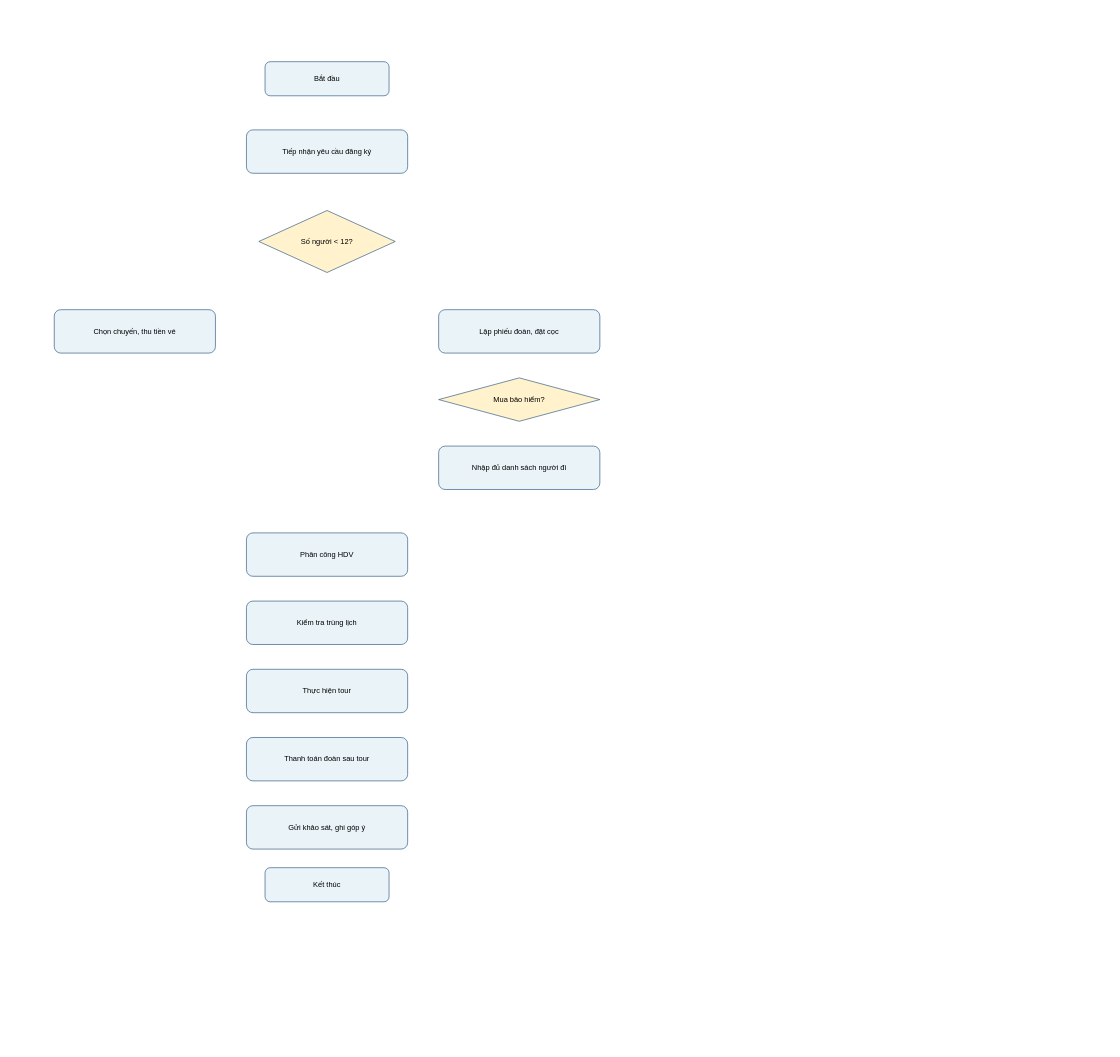
1250080044-PhamMinhGiang-12DHCNPM1/OOP-Lab keeps this draw.io diagram as page "U4 - Activity" (4 of 7) of LAB_AT_OOSD/LAB05/thietke/PhamMinhGiang-12DHCNPM1-ThietKe_Lab05.drawio. Above is the earlier version. Source tidied: cells renumbered, new cells numbered last; positions are measured from the earlier drawing's top-left corner, leaving out a move shared by most shapes. Both pictures are drawn from the tidied source at 62%, with x=0, y=0 at pixel (54, 61).
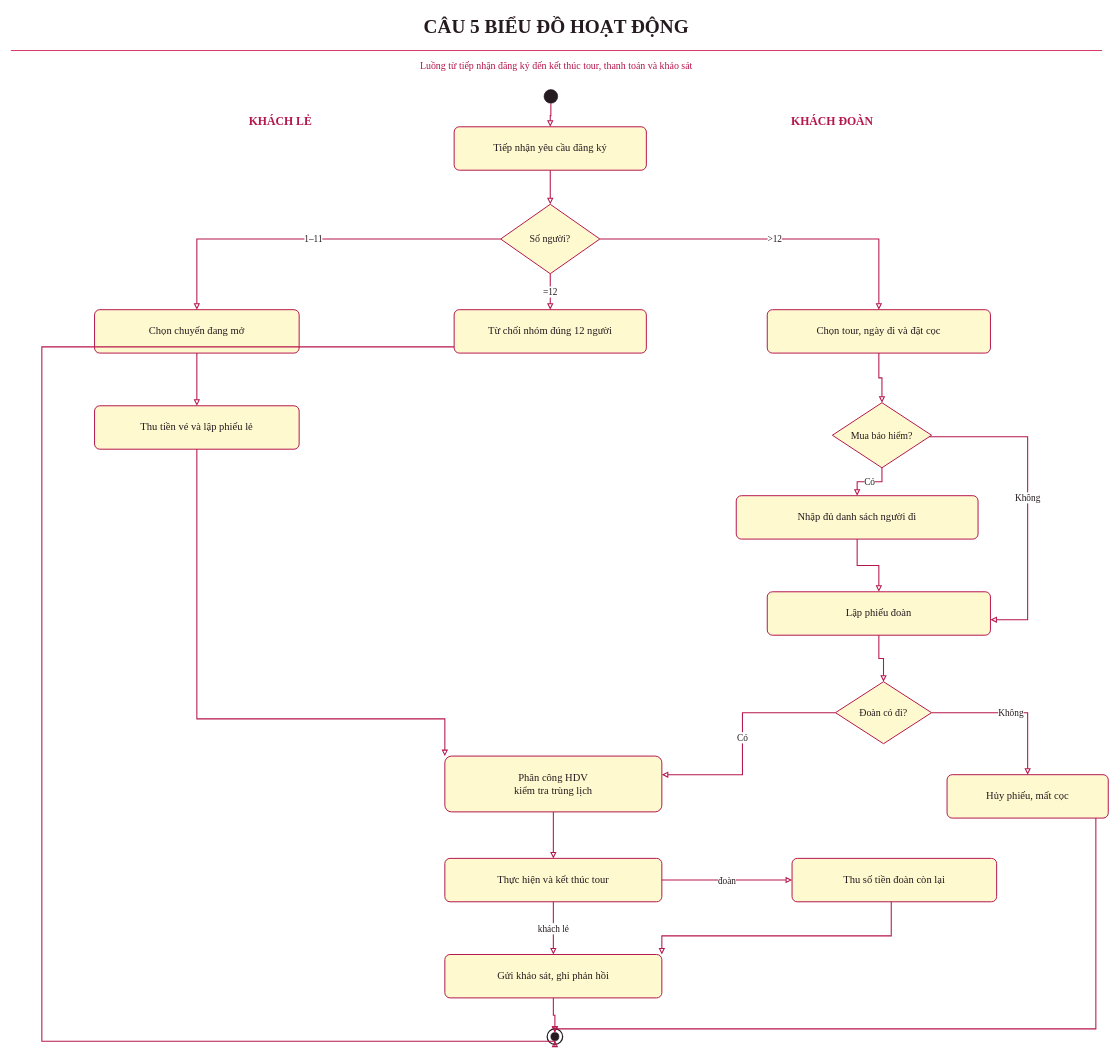
Above is the later version.

What changed in the source:
```diff
@@
-    <mxCell id="2" value="Bắt đầu" style="rounded=1;whiteSpace=wrap;html=1;fillColor=#EAF3F8;strokeColor=#1F4E78;" parent="1" vertex="1">
-      <mxGeometry x="340" width="200" height="55" as="geometry" />
-    </mxCell>
+    <mxCell id="15" value="CÂU 5  BIỂU ĐỒ HOẠT ĐỘNG" style="text;html=1;whiteSpace=wrap;strokeColor=none;fillColor=none;fontFamily=Times New Roman;fontSize=31;fontColor=#251A1F;fontStyle=1;align=center;verticalAlign=middle;" parent="1" vertex="1">
+      <mxGeometry x="-70" y="-82" width="1760" height="49" as="geometry" />
+    </mxCell>
+    <mxCell id="16" style="edgeStyle=none;html=1;strokeColor=#D73568;strokeWidth=1.6;endArrow=none;endFill=1;fontFamily=Times New Roman;fontSize=15;fontColor=#251A1F;labelBackgroundColor=#FFFFFF;" parent="1" edge="1">
+      <mxGeometry relative="1" as="geometry">
+        <mxPoint x="-70" y="-18" as="sourcePoint" />
+        <mxPoint x="1690" y="-18" as="targetPoint" />
+      </mxGeometry>
+    </mxCell>
+    <mxCell id="17" value="Luồng từ tiếp nhận đăng ký đến kết thúc tour, thanh toán và khảo sát" style="text;html=1;whiteSpace=wrap;strokeColor=none;fillColor=none;fontFamily=Times New Roman;fontSize=16;fontColor=#B5164D;fontStyle=0;align=center;verticalAlign=middle;" parent="1" vertex="1">
+      <mxGeometry x="-70" y="-12" width="1760" height="35" as="geometry" />
+    </mxCell>
+    <mxCell id="18" value="KHÁCH LẺ" style="text;html=1;whiteSpace=wrap;strokeColor=none;fillColor=none;fontFamily=Times New Roman;fontSize=19;fontColor=#B5164D;fontStyle=1;align=center;verticalAlign=middle;" parent="1" vertex="1">
+      <mxGeometry x="85" y="80" width="560" height="34" as="geometry" />
+    </mxCell>
+    <mxCell id="19" value="KHÁCH ĐOÀN" style="text;html=1;whiteSpace=wrap;strokeColor=none;fillColor=none;fontFamily=Times New Roman;fontSize=19;fontColor=#B5164D;fontStyle=1;align=center;verticalAlign=middle;" parent="1" vertex="1">
+      <mxGeometry x="975" y="80" width="560" height="34" as="geometry" />
+    </mxCell>
+    <mxCell id="20" style="ellipse;fillColor=#251A1F;strokeColor=#251A1F;" parent="1" vertex="1">
+      <mxGeometry x="790" y="45" width="22" height="22" as="geometry" />
+    </mxCell>
-    <mxCell id="3" value="Tiếp nhận yêu cầu đăng ký" style="rounded=1;whiteSpace=wrap;html=1;fillColor=#EAF3F8;strokeColor=#1F4E78;" parent="1" vertex="1">
-      <mxGeometry x="310" y="110" width="260" height="70" as="geometry" />
+    <mxCell id="3" value="Tiếp nhận yêu cầu đăng ký" style="rounded=1;arcSize=12;whiteSpace=wrap;html=1;fillColor=#FFF9CF;strokeColor=#B5164D;strokeWidth=1.6;fontFamily=Times New Roman;fontSize=17;fontColor=#251A1F;fontStyle=0;align=center;verticalAlign=middle;spacing=10;" parent="1" vertex="1">
+      <mxGeometry x="645" y="105" width="310" height="70" as="geometry" />
     </mxCell>
-    <mxCell id="4" value="Số người &lt; 12?" style="rhombus;whiteSpace=wrap;html=1;fillColor=#FFF2CC;strokeColor=#1F4E78;" parent="1" vertex="1">
-      <mxGeometry x="330" y="240" width="220" height="100" as="geometry" />
-    </mxCell>
-    <mxCell id="5" value="Chọn chuyến, thu tiền vé" style="rounded=1;whiteSpace=wrap;html=1;fillColor=#EAF3F8;strokeColor=#1F4E78;" parent="1" vertex="1">
-      <mxGeometry y="400" width="260" height="70" as="geometry" />
-    </mxCell>
-    <mxCell id="6" value="Lập phiếu đoàn, đặt cọc" style="rounded=1;whiteSpace=wrap;html=1;fillColor=#EAF3F8;strokeColor=#1F4E78;" parent="1" vertex="1">
-      <mxGeometry x="620" y="400" width="260" height="70" as="geometry" />
-    </mxCell>
+    <mxCell id="21" value="Số người?" style="rhombus;whiteSpace=wrap;html=1;fillColor=#FFF9CF;strokeColor=#B5164D;strokeWidth=1.6;fontFamily=Times New Roman;fontSize=16;fontColor=#251A1F;align=center;verticalAlign=middle;spacing=8;" parent="1" vertex="1">
+      <mxGeometry x="720" y="230" width="160" height="112" as="geometry" />
+    </mxCell>
+    <mxCell id="22" value="Từ chối nhóm đúng 12 người" style="rounded=1;arcSize=12;whiteSpace=wrap;html=1;fillColor=#FFF9CF;strokeColor=#B5164D;strokeWidth=1.6;fontFamily=Times New Roman;fontSize=17;fontColor=#251A1F;fontStyle=0;align=center;verticalAlign=middle;spacing=10;" parent="1" vertex="1">
+      <mxGeometry x="645" y="400" width="310" height="70" as="geometry" />
+    </mxCell>
+    <mxCell id="23" value="Chọn chuyến đang mở" style="rounded=1;arcSize=12;whiteSpace=wrap;html=1;fillColor=#FFF9CF;strokeColor=#B5164D;strokeWidth=1.6;fontFamily=Times New Roman;fontSize=17;fontColor=#251A1F;fontStyle=0;align=center;verticalAlign=middle;spacing=10;" parent="1" vertex="1">
+      <mxGeometry x="65" y="400" width="330" height="70" as="geometry" />
+    </mxCell>
+    <mxCell id="24" value="Thu tiền vé và lập phiếu lẻ" style="rounded=1;arcSize=12;whiteSpace=wrap;html=1;fillColor=#FFF9CF;strokeColor=#B5164D;strokeWidth=1.6;fontFamily=Times New Roman;fontSize=17;fontColor=#251A1F;fontStyle=0;align=center;verticalAlign=middle;spacing=10;" parent="1" vertex="1">
+      <mxGeometry x="65" y="555" width="330" height="70" as="geometry" />
+    </mxCell>
+    <mxCell id="25" value="Chọn tour, ngày đi và đặt cọc" style="rounded=1;arcSize=12;whiteSpace=wrap;html=1;fillColor=#FFF9CF;strokeColor=#B5164D;strokeWidth=1.6;fontFamily=Times New Roman;fontSize=17;fontColor=#251A1F;fontStyle=0;align=center;verticalAlign=middle;spacing=10;" parent="1" vertex="1">
+      <mxGeometry x="1150" y="400" width="360" height="70" as="geometry" />
+    </mxCell>
-    <mxCell id="7" value="Mua bảo hiểm?" style="rhombus;whiteSpace=wrap;html=1;fillColor=#FFF2CC;strokeColor=#1F4E78;" parent="1" vertex="1">
-      <mxGeometry x="620" y="510" width="260" height="70" as="geometry" />
+    <mxCell id="7" value="Mua bảo hiểm?" style="rhombus;whiteSpace=wrap;html=1;fillColor=#FFF9CF;strokeColor=#B5164D;strokeWidth=1.6;fontFamily=Times New Roman;fontSize=16;fontColor=#251A1F;align=center;verticalAlign=middle;spacing=8;" parent="1" vertex="1">
+      <mxGeometry x="1255" y="550" width="160" height="105" as="geometry" />
     </mxCell>
-    <mxCell id="8" value="Nhập đủ danh sách người đi" style="rounded=1;whiteSpace=wrap;html=1;fillColor=#EAF3F8;strokeColor=#1F4E78;" parent="1" vertex="1">
-      <mxGeometry x="620" y="620" width="260" height="70" as="geometry" />
+    <mxCell id="8" value="Nhập đủ danh sách người đi" style="rounded=1;arcSize=12;whiteSpace=wrap;html=1;fillColor=#FFF9CF;strokeColor=#B5164D;strokeWidth=1.6;fontFamily=Times New Roman;fontSize=17;fontColor=#251A1F;fontStyle=0;align=center;verticalAlign=middle;spacing=10;" parent="1" vertex="1">
+      <mxGeometry x="1100" y="700" width="390" height="70" as="geometry" />
     </mxCell>
-    <mxCell id="9" value="Phân công HDV" style="rounded=1;whiteSpace=wrap;html=1;fillColor=#EAF3F8;strokeColor=#1F4E78;" parent="1" vertex="1">
-      <mxGeometry x="310" y="760" width="260" height="70" as="geometry" />
-    </mxCell>
-    <mxCell id="10" value="Kiểm tra trùng lịch" style="rounded=1;whiteSpace=wrap;html=1;fillColor=#EAF3F8;strokeColor=#1F4E78;" parent="1" vertex="1">
-      <mxGeometry x="310" y="870" width="260" height="70" as="geometry" />
-    </mxCell>
-    <mxCell id="11" value="Thực hiện tour" style="rounded=1;whiteSpace=wrap;html=1;fillColor=#EAF3F8;strokeColor=#1F4E78;" parent="1" vertex="1">
-      <mxGeometry x="310" y="980" width="260" height="70" as="geometry" />
-    </mxCell>
-    <mxCell id="12" value="Thanh toán đoàn sau tour" style="rounded=1;whiteSpace=wrap;html=1;fillColor=#EAF3F8;strokeColor=#1F4E78;" parent="1" vertex="1">
-      <mxGeometry x="310" y="1090" width="260" height="70" as="geometry" />
-    </mxCell>
-    <mxCell id="13" value="Gửi khảo sát, ghi góp ý" style="rounded=1;whiteSpace=wrap;html=1;fillColor=#EAF3F8;strokeColor=#1F4E78;" parent="1" vertex="1">
-      <mxGeometry x="310" y="1200" width="260" height="70" as="geometry" />
-    </mxCell>
-    <mxCell id="14" value="Kết thúc" style="rounded=1;whiteSpace=wrap;html=1;fillColor=#EAF3F8;strokeColor=#1F4E78;" parent="1" vertex="1">
-      <mxGeometry x="340" y="1300" width="200" height="55" as="geometry" />
-    </mxCell>
+    <mxCell id="26" value="Lập phiếu đoàn" style="rounded=1;arcSize=12;whiteSpace=wrap;html=1;fillColor=#FFF9CF;strokeColor=#B5164D;strokeWidth=1.6;fontFamily=Times New Roman;fontSize=17;fontColor=#251A1F;fontStyle=0;align=center;verticalAlign=middle;spacing=10;" parent="1" vertex="1">
+      <mxGeometry x="1150" y="855" width="360" height="70" as="geometry" />
+    </mxCell>
+    <mxCell id="27" value="Đoàn có đi?" style="rhombus;whiteSpace=wrap;html=1;fillColor=#FFF9CF;strokeColor=#B5164D;strokeWidth=1.6;fontFamily=Times New Roman;fontSize=16;fontColor=#251A1F;align=center;verticalAlign=middle;spacing=8;" parent="1" vertex="1">
+      <mxGeometry x="1260" y="1000" width="155" height="100" as="geometry" />
+    </mxCell>
+    <mxCell id="28" value="Hủy phiếu, mất cọc" style="rounded=1;arcSize=12;whiteSpace=wrap;html=1;fillColor=#FFF9CF;strokeColor=#B5164D;strokeWidth=1.6;fontFamily=Times New Roman;fontSize=17;fontColor=#251A1F;fontStyle=0;align=center;verticalAlign=middle;spacing=10;" parent="1" vertex="1">
+      <mxGeometry x="1440" y="1150" width="260" height="70" as="geometry" />
+    </mxCell>
+    <mxCell id="29" value="Phân công HDV&lt;br&gt;kiểm tra trùng lịch" style="rounded=1;arcSize=12;whiteSpace=wrap;html=1;fillColor=#FFF9CF;strokeColor=#B5164D;strokeWidth=1.6;fontFamily=Times New Roman;fontSize=17;fontColor=#251A1F;fontStyle=0;align=center;verticalAlign=middle;spacing=10;" parent="1" vertex="1">
+      <mxGeometry x="630" y="1120" width="350" height="90" as="geometry" />
+    </mxCell>
+    <mxCell id="30" value="Thực hiện và kết thúc tour" style="rounded=1;arcSize=12;whiteSpace=wrap;html=1;fillColor=#FFF9CF;strokeColor=#B5164D;strokeWidth=1.6;fontFamily=Times New Roman;fontSize=17;fontColor=#251A1F;fontStyle=0;align=center;verticalAlign=middle;spacing=10;" parent="1" vertex="1">
+      <mxGeometry x="630" y="1285" width="350" height="70" as="geometry" />
+    </mxCell>
+    <mxCell id="31" value="Thu số tiền đoàn còn lại" style="rounded=1;arcSize=12;whiteSpace=wrap;html=1;fillColor=#FFF9CF;strokeColor=#B5164D;strokeWidth=1.6;fontFamily=Times New Roman;fontSize=17;fontColor=#251A1F;fontStyle=0;align=center;verticalAlign=middle;spacing=10;" parent="1" vertex="1">
+      <mxGeometry x="1190" y="1285" width="330" height="70" as="geometry" />
+    </mxCell>
+    <mxCell id="32" value="Gửi khảo sát, ghi phản hồi" style="rounded=1;arcSize=12;whiteSpace=wrap;html=1;fillColor=#FFF9CF;strokeColor=#B5164D;strokeWidth=1.6;fontFamily=Times New Roman;fontSize=17;fontColor=#251A1F;fontStyle=0;align=center;verticalAlign=middle;spacing=10;" parent="1" vertex="1">
+      <mxGeometry x="630" y="1440" width="350" height="70" as="geometry" />
+    </mxCell>
+    <mxCell id="33" style="ellipse;fillColor=#FFFFFF;strokeColor=#251A1F;strokeWidth=2;" parent="1" vertex="1">
+      <mxGeometry x="795" y="1560" width="25" height="25" as="geometry" />
+    </mxCell>
+    <mxCell id="34" style="ellipse;fillColor=#251A1F;strokeColor=#251A1F;" parent="1" vertex="1">
+      <mxGeometry x="801" y="1566" width="13" height="13" as="geometry" />
+    </mxCell>
+    <mxCell id="35" style="edgeStyle=orthogonalEdgeStyle;rounded=0;jettySize=auto;html=1;strokeColor=#B5164D;strokeWidth=1.7;endArrow=block;endFill=0;fontFamily=Times New Roman;fontSize=15;fontColor=#251A1F;labelBackgroundColor=#FFFFFF;" parent="1" edge="1" source="20" target="3">
+      <mxGeometry relative="1" as="geometry" />
+    </mxCell>
+    <mxCell id="36" style="edgeStyle=orthogonalEdgeStyle;rounded=0;jettySize=auto;html=1;strokeColor=#B5164D;strokeWidth=1.7;endArrow=block;endFill=0;fontFamily=Times New Roman;fontSize=15;fontColor=#251A1F;labelBackgroundColor=#FFFFFF;" parent="1" edge="1" source="3" target="21">
+      <mxGeometry relative="1" as="geometry" />
+    </mxCell>
+    <mxCell id="37" value="1–11" style="edgeStyle=orthogonalEdgeStyle;rounded=0;jettySize=auto;html=1;strokeColor=#B5164D;strokeWidth=1.7;endArrow=block;endFill=0;fontFamily=Times New Roman;fontSize=15;fontColor=#251A1F;labelBackgroundColor=#FFFFFF;" parent="1" edge="1" source="21" target="23">
+      <mxGeometry relative="1" as="geometry" />
+    </mxCell>
+    <mxCell id="38" value="&gt;12" style="edgeStyle=orthogonalEdgeStyle;rounded=0;jettySize=auto;html=1;strokeColor=#B5164D;strokeWidth=1.7;endArrow=block;endFill=0;fontFamily=Times New Roman;fontSize=15;fontColor=#251A1F;labelBackgroundColor=#FFFFFF;" parent="1" edge="1" source="21" target="25">
+      <mxGeometry relative="1" as="geometry" />
+    </mxCell>
+    <mxCell id="39" value="=12" style="edgeStyle=orthogonalEdgeStyle;rounded=0;jettySize=auto;html=1;strokeColor=#B5164D;strokeWidth=1.7;endArrow=block;endFill=0;fontFamily=Times New Roman;fontSize=15;fontColor=#251A1F;labelBackgroundColor=#FFFFFF;" parent="1" edge="1" source="21" target="22">
+      <mxGeometry relative="1" as="geometry" />
+    </mxCell>
+    <mxCell id="40" style="edgeStyle=orthogonalEdgeStyle;rounded=0;jettySize=auto;html=1;strokeColor=#B5164D;strokeWidth=1.7;endArrow=block;endFill=0;fontFamily=Times New Roman;fontSize=15;fontColor=#251A1F;labelBackgroundColor=#FFFFFF;" parent="1" edge="1" source="23" target="24">
+      <mxGeometry relative="1" as="geometry" />
+    </mxCell>
+    <mxCell id="41" style="edgeStyle=orthogonalEdgeStyle;rounded=0;jettySize=auto;html=1;strokeColor=#B5164D;strokeWidth=1.7;endArrow=block;endFill=0;fontFamily=Times New Roman;fontSize=15;fontColor=#251A1F;labelBackgroundColor=#FFFFFF;" parent="1" edge="1" source="24" target="29">
+      <mxGeometry relative="1" as="geometry">
+        <Array as="points">
+          <mxPoint x="230" y="1060" />
+          <mxPoint x="630" y="1060" />
+        </Array>
+      </mxGeometry>
+    </mxCell>
+    <mxCell id="42" style="edgeStyle=orthogonalEdgeStyle;rounded=0;jettySize=auto;html=1;strokeColor=#B5164D;strokeWidth=1.7;endArrow=block;endFill=0;fontFamily=Times New Roman;fontSize=15;fontColor=#251A1F;labelBackgroundColor=#FFFFFF;" parent="1" edge="1" source="25" target="7">
+      <mxGeometry relative="1" as="geometry" />
+    </mxCell>
+    <mxCell id="43" value="Có" style="edgeStyle=orthogonalEdgeStyle;rounded=0;jettySize=auto;html=1;strokeColor=#B5164D;strokeWidth=1.7;endArrow=block;endFill=0;fontFamily=Times New Roman;fontSize=15;fontColor=#251A1F;labelBackgroundColor=#FFFFFF;" parent="1" edge="1" source="7" target="8">
+      <mxGeometry relative="1" as="geometry" />
+    </mxCell>
+    <mxCell id="44" value="Không" style="edgeStyle=orthogonalEdgeStyle;rounded=0;jettySize=auto;html=1;strokeColor=#B5164D;strokeWidth=1.7;endArrow=block;endFill=0;fontFamily=Times New Roman;fontSize=15;fontColor=#251A1F;labelBackgroundColor=#FFFFFF;" parent="1" edge="1" source="7" target="26">
+      <mxGeometry relative="1" as="geometry">
+        <Array as="points">
+          <mxPoint x="1570" y="605" />
+          <mxPoint x="1570" y="900" />
+        </Array>
+      </mxGeometry>
+    </mxCell>
+    <mxCell id="45" style="edgeStyle=orthogonalEdgeStyle;rounded=0;jettySize=auto;html=1;strokeColor=#B5164D;strokeWidth=1.7;endArrow=block;endFill=0;fontFamily=Times New Roman;fontSize=15;fontColor=#251A1F;labelBackgroundColor=#FFFFFF;" parent="1" edge="1" source="8" target="26">
+      <mxGeometry relative="1" as="geometry" />
+    </mxCell>
+    <mxCell id="46" style="edgeStyle=orthogonalEdgeStyle;rounded=0;jettySize=auto;html=1;strokeColor=#B5164D;strokeWidth=1.7;endArrow=block;endFill=0;fontFamily=Times New Roman;fontSize=15;fontColor=#251A1F;labelBackgroundColor=#FFFFFF;" parent="1" edge="1" source="26" target="27">
+      <mxGeometry relative="1" as="geometry" />
+    </mxCell>
+    <mxCell id="47" value="Không" style="edgeStyle=orthogonalEdgeStyle;rounded=0;jettySize=auto;html=1;strokeColor=#B5164D;strokeWidth=1.7;endArrow=block;endFill=0;fontFamily=Times New Roman;fontSize=15;fontColor=#251A1F;labelBackgroundColor=#FFFFFF;" parent="1" edge="1" source="27" target="28">
+      <mxGeometry relative="1" as="geometry" />
+    </mxCell>
+    <mxCell id="48" value="Có" style="edgeStyle=orthogonalEdgeStyle;rounded=0;jettySize=auto;html=1;strokeColor=#B5164D;strokeWidth=1.7;endArrow=block;endFill=0;fontFamily=Times New Roman;fontSize=15;fontColor=#251A1F;labelBackgroundColor=#FFFFFF;" parent="1" edge="1" source="27" target="29">
+      <mxGeometry relative="1" as="geometry">
+        <Array as="points">
+          <mxPoint x="1110" y="1050" />
+          <mxPoint x="1110" y="1150" />
+        </Array>
+      </mxGeometry>
+    </mxCell>
+    <mxCell id="49" style="edgeStyle=orthogonalEdgeStyle;rounded=0;jettySize=auto;html=1;strokeColor=#B5164D;strokeWidth=1.7;endArrow=block;endFill=0;fontFamily=Times New Roman;fontSize=15;fontColor=#251A1F;labelBackgroundColor=#FFFFFF;" parent="1" edge="1" source="29" target="30">
+      <mxGeometry relative="1" as="geometry" />
+    </mxCell>
+    <mxCell id="50" value="đoàn" style="edgeStyle=orthogonalEdgeStyle;rounded=0;jettySize=auto;html=1;strokeColor=#B5164D;strokeWidth=1.7;endArrow=block;endFill=0;fontFamily=Times New Roman;fontSize=15;fontColor=#251A1F;labelBackgroundColor=#FFFFFF;" parent="1" edge="1" source="30" target="31">
+      <mxGeometry relative="1" as="geometry" />
+    </mxCell>
+    <mxCell id="51" style="edgeStyle=orthogonalEdgeStyle;rounded=0;jettySize=auto;html=1;strokeColor=#B5164D;strokeWidth=1.7;endArrow=block;endFill=0;fontFamily=Times New Roman;fontSize=15;fontColor=#251A1F;labelBackgroundColor=#FFFFFF;" parent="1" edge="1" source="31" target="32">
+      <mxGeometry relative="1" as="geometry">
+        <Array as="points">
+          <mxPoint x="1350" y="1410" />
+          <mxPoint x="980" y="1410" />
+        </Array>
+      </mxGeometry>
+    </mxCell>
+    <mxCell id="52" value="khách lẻ" style="edgeStyle=orthogonalEdgeStyle;rounded=0;jettySize=auto;html=1;strokeColor=#B5164D;strokeWidth=1.7;endArrow=block;endFill=0;fontFamily=Times New Roman;fontSize=15;fontColor=#251A1F;labelBackgroundColor=#FFFFFF;" parent="1" edge="1" source="30" target="32">
+      <mxGeometry relative="1" as="geometry" />
+    </mxCell>
+    <mxCell id="53" style="edgeStyle=orthogonalEdgeStyle;rounded=0;jettySize=auto;html=1;strokeColor=#B5164D;strokeWidth=1.7;endArrow=block;endFill=0;fontFamily=Times New Roman;fontSize=15;fontColor=#251A1F;labelBackgroundColor=#FFFFFF;" parent="1" edge="1" source="32" target="34">
+      <mxGeometry relative="1" as="geometry" />
+    </mxCell>
+    <mxCell id="54" style="edgeStyle=orthogonalEdgeStyle;rounded=0;jettySize=auto;html=1;strokeColor=#B5164D;strokeWidth=1.7;endArrow=block;endFill=0;fontFamily=Times New Roman;fontSize=15;fontColor=#251A1F;labelBackgroundColor=#FFFFFF;" parent="1" edge="1" source="22" target="34">
+      <mxGeometry relative="1" as="geometry">
+        <Array as="points">
+          <mxPoint x="-20" y="460" />
+          <mxPoint x="-20" y="1580" />
+        </Array>
+      </mxGeometry>
+    </mxCell>
+    <mxCell id="55" style="edgeStyle=orthogonalEdgeStyle;rounded=0;jettySize=auto;html=1;strokeColor=#B5164D;strokeWidth=1.7;endArrow=block;endFill=0;fontFamily=Times New Roman;fontSize=15;fontColor=#251A1F;labelBackgroundColor=#FFFFFF;" parent="1" edge="1" source="28" target="34">
+      <mxGeometry relative="1" as="geometry">
+        <Array as="points">
+          <mxPoint x="1680" y="1560" />
+        </Array>
+      </mxGeometry>
+    </mxCell>
```
